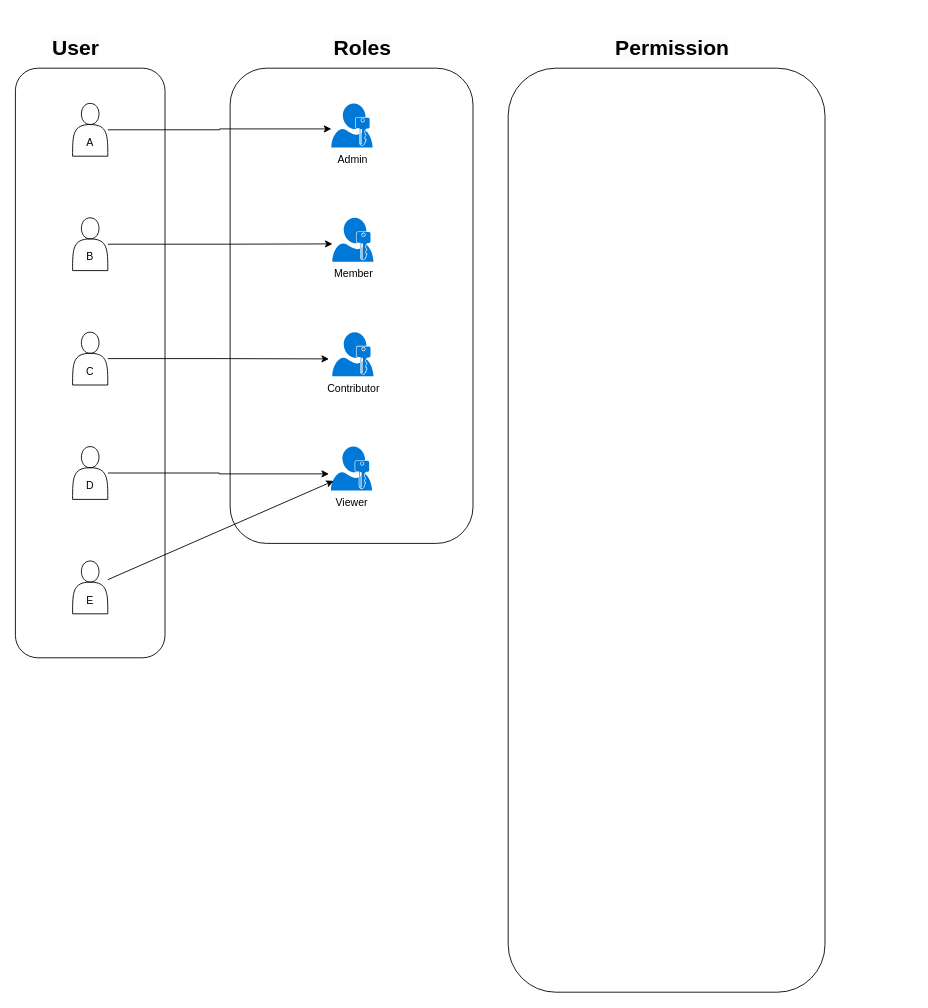
This is user_flow.drawio from liamyoon/document, a draw.io file, before an edit. Source tidied: cells renumbered, new cells numbered last; positions are measured from the earlier drawing's top-left corner, leaving out a move shared by most shapes. Both pictures are drawn from the tidied source at 88%, with x=0, y=0 at pixel (15, 15).
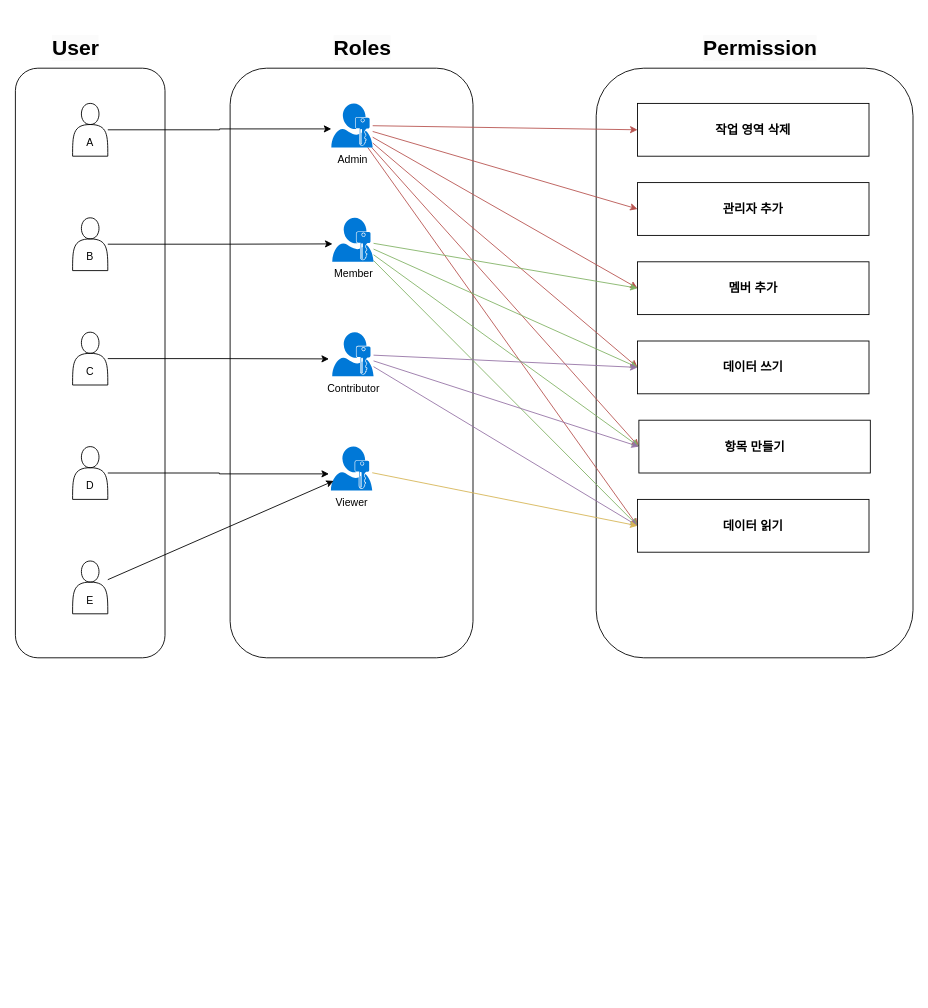
The same page after the edit.

The change refers to these unchanged cells:
```xml
<mxCell id="14" value="&lt;div&gt;Admin&lt;/div&gt;" style="sketch=0;shadow=0;dashed=0;html=1;strokeColor=none;labelPosition=center;verticalLabelPosition=bottom;verticalAlign=top;align=center;shape=mxgraph.mscae.enterprise.user_permissions;fillColor=#0078D7;" parent="1" vertex="1">
  <mxGeometry x="359" y="100" width="47" height="50" as="geometry" />
</mxCell>
<mxCell id="15" value="Member" style="sketch=0;shadow=0;dashed=0;html=1;strokeColor=none;labelPosition=center;verticalLabelPosition=bottom;verticalAlign=top;align=center;shape=mxgraph.mscae.enterprise.user_permissions;fillColor=#0078D7;" parent="1" vertex="1">
  <mxGeometry x="360" y="230" width="47" height="50" as="geometry" />
</mxCell>
<mxCell id="16" value="Contributor" style="sketch=0;shadow=0;dashed=0;html=1;strokeColor=none;labelPosition=center;verticalLabelPosition=bottom;verticalAlign=top;align=center;shape=mxgraph.mscae.enterprise.user_permissions;fillColor=#0078D7;" parent="1" vertex="1">
  <mxGeometry x="360" y="360" width="47" height="50" as="geometry" />
</mxCell>
<mxCell id="17" value="&lt;div&gt;Viewer&lt;/div&gt;" style="sketch=0;shadow=0;dashed=0;html=1;strokeColor=none;labelPosition=center;verticalLabelPosition=bottom;verticalAlign=top;align=center;shape=mxgraph.mscae.enterprise.user_permissions;fillColor=#0078D7;" parent="1" vertex="1">
  <mxGeometry x="358.5" y="490" width="47" height="50" as="geometry" />
</mxCell>
```

What changed in the source:
```diff
@@
     <mxCell id="4" value="&lt;h1 style=&quot;forced-color-adjust: none; color: rgb(0, 0, 0); font-family: Helvetica; font-style: normal; font-variant-ligatures: normal; font-variant-caps: normal; letter-spacing: normal; orphans: 2; text-align: center; text-indent: 0px; text-transform: none; widows: 2; word-spacing: 0px; -webkit-text-stroke-width: 0px; white-space: normal; background-color: rgb(251, 251, 251); text-decoration-thickness: initial; text-decoration-style: initial; text-decoration-color: initial;&quot;&gt;Permission&lt;/h1&gt;" style="text;whiteSpace=wrap;html=1;" parent="1" vertex="1">
-      <mxGeometry x="680" width="160" height="80" as="geometry" />
+      <mxGeometry x="780" width="160" height="80" as="geometry" />
     </mxCell>
@@
     <mxCell id="6" style="rounded=1;whiteSpace=wrap;html=1;" parent="1" vertex="1">
-      <mxGeometry x="244" y="60" width="276" height="540" as="geometry" />
+      <mxGeometry x="244" y="60" width="276" height="670" as="geometry" />
     </mxCell>
     <mxCell id="7" style="rounded=1;whiteSpace=wrap;html=1;" parent="1" vertex="1">
-      <mxGeometry x="560" y="60" width="360" height="1050" as="geometry" />
+      <mxGeometry x="660" y="60" width="360" height="670" as="geometry" />
     </mxCell>
@@
+    <mxCell id="23" style="rounded=0;jettySize=auto;html=1;entryX=0;entryY=0.5;entryDx=0;entryDy=0;fillColor=#f8cecc;strokeColor=#b85450;" parent="1" edge="1" source="14" target="37">
+      <mxGeometry relative="1" as="geometry" />
+    </mxCell>
+    <mxCell id="24" style="rounded=0;jettySize=auto;html=1;entryX=0;entryY=0.5;entryDx=0;entryDy=0;fillColor=#f8cecc;strokeColor=#b85450;" parent="1" edge="1" source="14" target="38">
+      <mxGeometry relative="1" as="geometry" />
+    </mxCell>
+    <mxCell id="25" style="rounded=0;jettySize=auto;html=1;entryX=0;entryY=0.5;entryDx=0;entryDy=0;fillColor=#f8cecc;strokeColor=#b85450;" parent="1" edge="1" source="14" target="39">
+      <mxGeometry relative="1" as="geometry" />
+    </mxCell>
+    <mxCell id="26" style="rounded=0;jettySize=auto;html=1;entryX=0;entryY=0.5;entryDx=0;entryDy=0;fillColor=#f8cecc;strokeColor=#b85450;" parent="1" edge="1" source="14" target="40">
+      <mxGeometry relative="1" as="geometry" />
+    </mxCell>
+    <mxCell id="27" style="rounded=0;jettySize=auto;html=1;entryX=0;entryY=0.5;entryDx=0;entryDy=0;fillColor=#f8cecc;strokeColor=#b85450;" parent="1" edge="1" source="14" target="41">
+      <mxGeometry relative="1" as="geometry" />
+    </mxCell>
+    <mxCell id="28" style="rounded=0;jettySize=auto;html=1;entryX=0;entryY=0.5;entryDx=0;entryDy=0;fillColor=#f8cecc;strokeColor=#b85450;" parent="1" edge="1" source="14" target="42">
+      <mxGeometry relative="1" as="geometry" />
+    </mxCell>
@@
+    <mxCell id="29" style="rounded=0;jettySize=auto;html=1;entryX=0;entryY=0.5;entryDx=0;entryDy=0;fillColor=#d5e8d4;strokeColor=#82b366;" parent="1" edge="1" source="15" target="39">
+      <mxGeometry relative="1" as="geometry" />
+    </mxCell>
+    <mxCell id="30" style="rounded=0;jettySize=auto;html=1;entryX=0;entryY=0.5;entryDx=0;entryDy=0;fillColor=#d5e8d4;strokeColor=#82b366;" parent="1" edge="1" source="15" target="40">
+      <mxGeometry relative="1" as="geometry" />
+    </mxCell>
+    <mxCell id="31" style="rounded=0;jettySize=auto;html=1;entryX=0;entryY=0.5;entryDx=0;entryDy=0;fillColor=#d5e8d4;strokeColor=#82b366;" parent="1" edge="1" source="15" target="41">
+      <mxGeometry relative="1" as="geometry" />
+    </mxCell>
+    <mxCell id="32" style="rounded=0;jettySize=auto;html=1;entryX=0;entryY=0.5;entryDx=0;entryDy=0;fillColor=#d5e8d4;strokeColor=#82b366;" parent="1" edge="1" source="15" target="42">
+      <mxGeometry relative="1" as="geometry" />
+    </mxCell>
@@
+    <mxCell id="33" style="rounded=0;jettySize=auto;html=1;entryX=0;entryY=0.5;entryDx=0;entryDy=0;fillColor=#e1d5e7;strokeColor=#9673a6;" parent="1" edge="1" source="16" target="40">
+      <mxGeometry relative="1" as="geometry" />
+    </mxCell>
+    <mxCell id="34" style="rounded=0;jettySize=auto;html=1;entryX=0;entryY=0.5;entryDx=0;entryDy=0;fillColor=#e1d5e7;strokeColor=#9673a6;" parent="1" edge="1" source="16" target="41">
+      <mxGeometry relative="1" as="geometry" />
+    </mxCell>
+    <mxCell id="35" style="rounded=0;jettySize=auto;html=1;entryX=0;entryY=0.5;entryDx=0;entryDy=0;fillColor=#e1d5e7;strokeColor=#9673a6;" parent="1" edge="1" source="16" target="42">
+      <mxGeometry relative="1" as="geometry" />
+    </mxCell>
@@
+    <mxCell id="36" style="rounded=0;jettySize=auto;html=1;entryX=0;entryY=0.5;entryDx=0;entryDy=0;fillColor=#fff2cc;strokeColor=#d6b656;" parent="1" edge="1" source="17" target="42">
+      <mxGeometry relative="1" as="geometry" />
+    </mxCell>
@@
+    <mxCell id="37" value="&lt;h3&gt;작업 영역 삭제&lt;/h3&gt;" style="rounded=0;whiteSpace=wrap;html=1;" parent="1" vertex="1">
+      <mxGeometry x="707" y="100" width="263" height="60" as="geometry" />
+    </mxCell>
+    <mxCell id="38" value="&lt;h3&gt;관리자 추가&lt;/h3&gt;" style="rounded=0;whiteSpace=wrap;html=1;" parent="1" vertex="1">
+      <mxGeometry x="707" y="190" width="263" height="60" as="geometry" />
+    </mxCell>
+    <mxCell id="39" value="&lt;h3&gt;멤버 추가&lt;/h3&gt;" style="rounded=0;whiteSpace=wrap;html=1;" parent="1" vertex="1">
+      <mxGeometry x="707" y="280" width="263" height="60" as="geometry" />
+    </mxCell>
+    <mxCell id="40" value="&lt;h3&gt;데이터 쓰기&lt;/h3&gt;" style="rounded=0;whiteSpace=wrap;html=1;" parent="1" vertex="1">
+      <mxGeometry x="707" y="370" width="263" height="60" as="geometry" />
+    </mxCell>
+    <mxCell id="41" value="&lt;h3&gt;항목 만들기&lt;/h3&gt;" style="rounded=0;whiteSpace=wrap;html=1;" parent="1" vertex="1">
+      <mxGeometry x="708.5" y="460" width="263" height="60" as="geometry" />
+    </mxCell>
+    <mxCell id="42" value="&lt;h3&gt;데이터 읽기&lt;/h3&gt;" style="rounded=0;whiteSpace=wrap;html=1;" parent="1" vertex="1">
+      <mxGeometry x="707" y="550" width="263" height="60" as="geometry" />
+    </mxCell>
```
